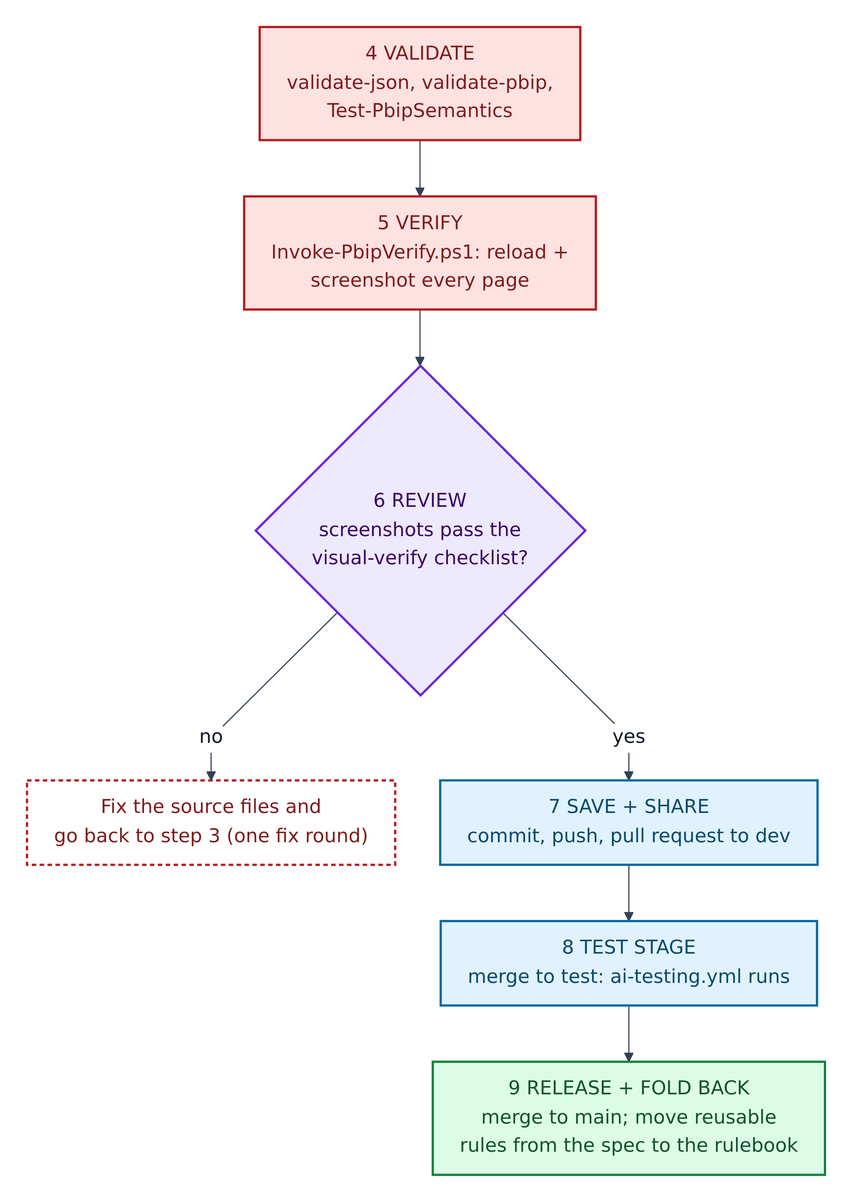
This is guide/images/05-3-run-order-ship.png from GibbonGambits/PGE-PBIP-Template, a Mermaid export, as it was before one commit. Its source is kept beside it as guide/images/src/05-3-run-order-ship.mmd. Its diagram source:
```mermaid
flowchart TB
  S4["4 VALIDATE<br/>validate-json, validate-pbip,<br/>Test-PbipSemantics"]:::r
  S5["5 VERIFY<br/>Invoke-PbipVerify.ps1: reload +<br/>screenshot every page"]:::r
  S6{"6 REVIEW<br/>screenshots pass the<br/>visual-verify checklist?"}:::you
  BACK["Fix the source files and<br/>go back to step 3 (one fix round)"]:::bad
  S7["7 SAVE + SHARE<br/>commit, push, pull request to dev"]:::ext
  S8["8 TEST STAGE<br/>merge to test: ai-testing.yml runs"]:::ext
  S9["9 RELEASE + FOLD BACK<br/>merge to main; move reusable<br/>rules from the spec to the rulebook"]:::g
  S4 --> S5 --> S6
  S6 -- "no" --> BACK
  S6 -- "yes" --> S7 --> S8 --> S9
```
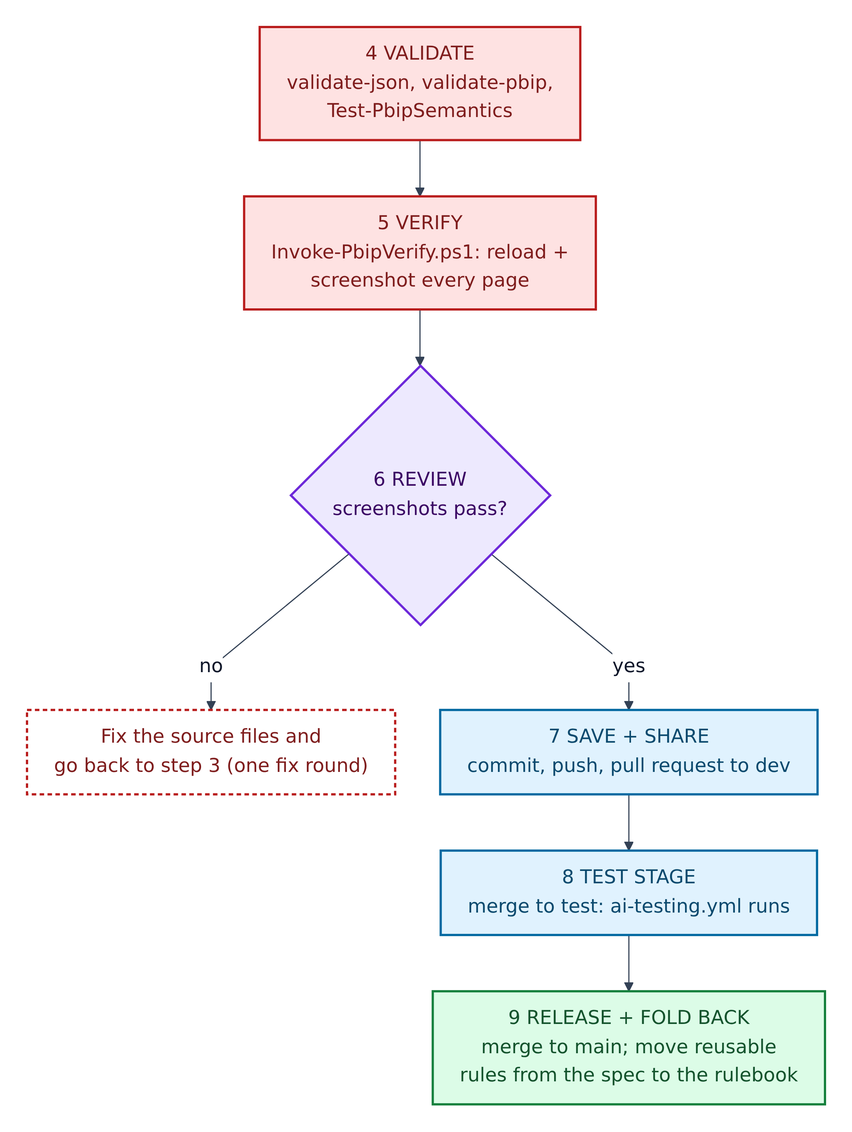
After the commit.

Change to the diagram source:
```diff
@@ -1,7 +1,7 @@
 flowchart TB
   S4["4 VALIDATE<br/>validate-json, validate-pbip,<br/>Test-PbipSemantics"]:::r
   S5["5 VERIFY<br/>Invoke-PbipVerify.ps1: reload +<br/>screenshot every page"]:::r
-  S6{"6 REVIEW<br/>screenshots pass the<br/>visual-verify checklist?"}:::you
+  S6{"6 REVIEW<br/>screenshots pass?"}:::you
   BACK["Fix the source files and<br/>go back to step 3 (one fix round)"]:::bad
   S7["7 SAVE + SHARE<br/>commit, push, pull request to dev"]:::ext
   S8["8 TEST STAGE<br/>merge to test: ai-testing.yml runs"]:::ext
```
